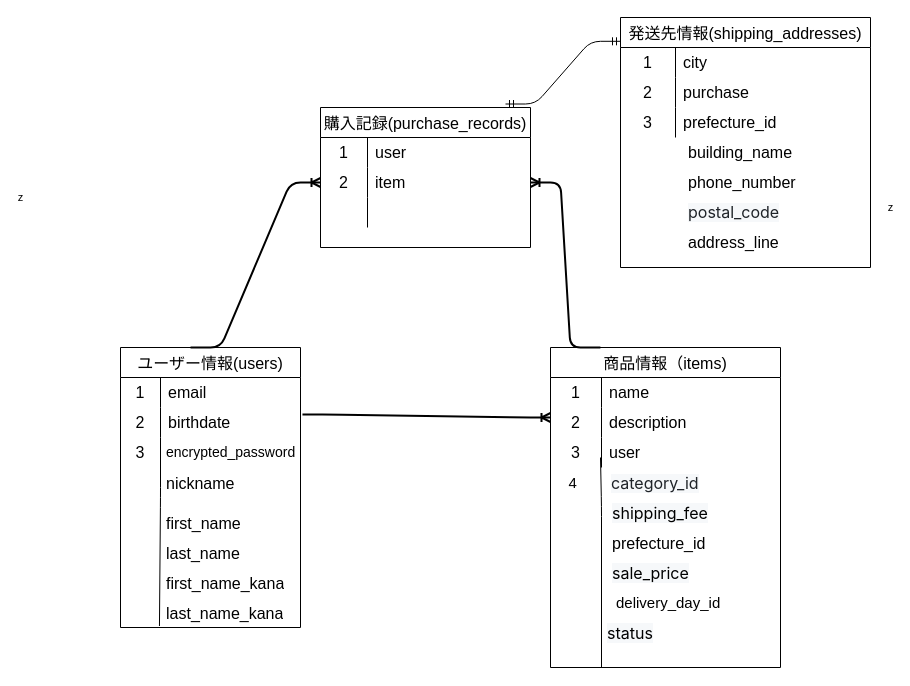
pazu0000/furima-41697 keeps this draw.io diagram as test.dio. Above is the earlier version. Source tidied: cells renumbered, new cells numbered last; positions are measured from the earlier drawing's top-left corner, leaving out a move shared by most shapes. Both pictures are drawn from the tidied source at 100%, with x=0, y=0 at pixel (120, 17).
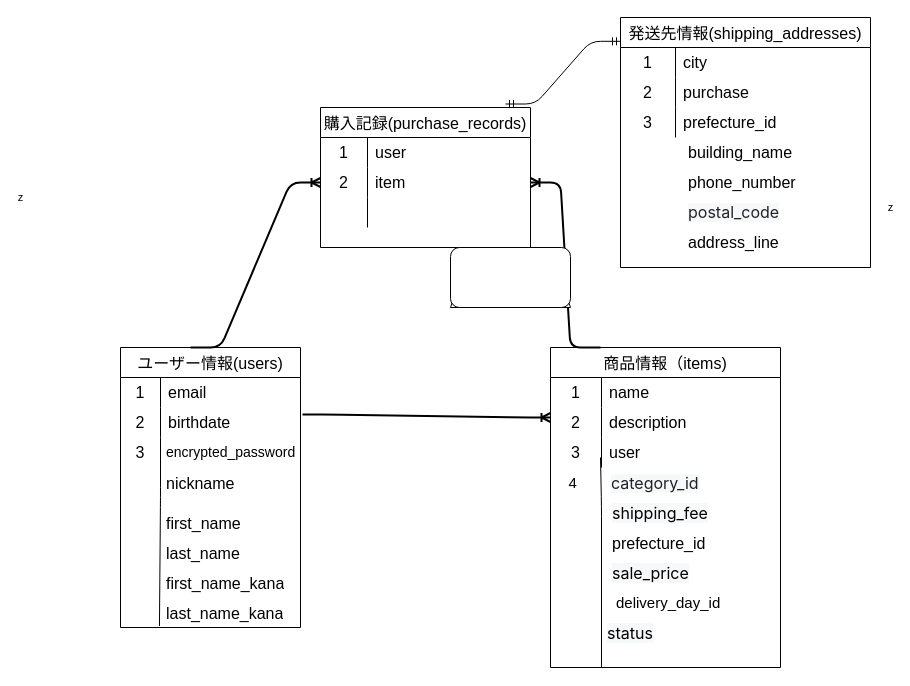
Above is the later version.

Diff of the diagram source:
```diff
@@
+    <mxCell id="66" style="shape=trapezoid;perimeter=trapezoidPerimeter;whiteSpace=wrap;html=1;fixedSize=1;" parent="1" vertex="1">
+      <mxGeometry x="330" y="230" width="120" height="60" as="geometry" />
+    </mxCell>
+    <mxCell id="67" style="rounded=1;whiteSpace=wrap;html=1;" parent="1" vertex="1">
+      <mxGeometry x="330" y="230" width="120" height="60" as="geometry" />
+    </mxCell>
```
